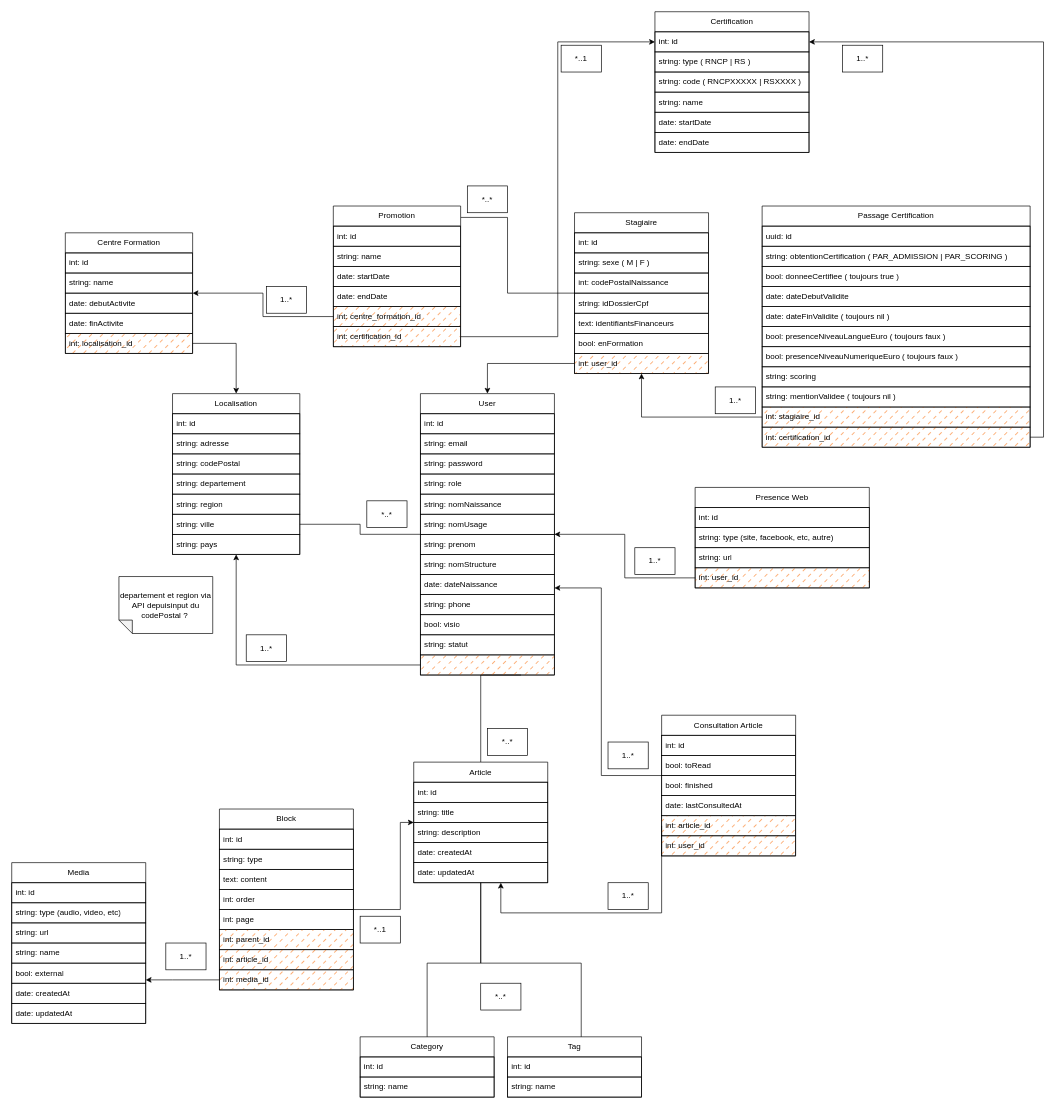
Before: MCD.drawio in ecole-richard-cross/espace-numerique, a draw.io diagram. Source tidied: cells renumbered, new cells numbered last; positions are measured from the earlier drawing's top-left corner, leaving out a move shared by most shapes. Both pictures are drawn from the tidied source at 67%, with x=0, y=0 at pixel (11, 11).
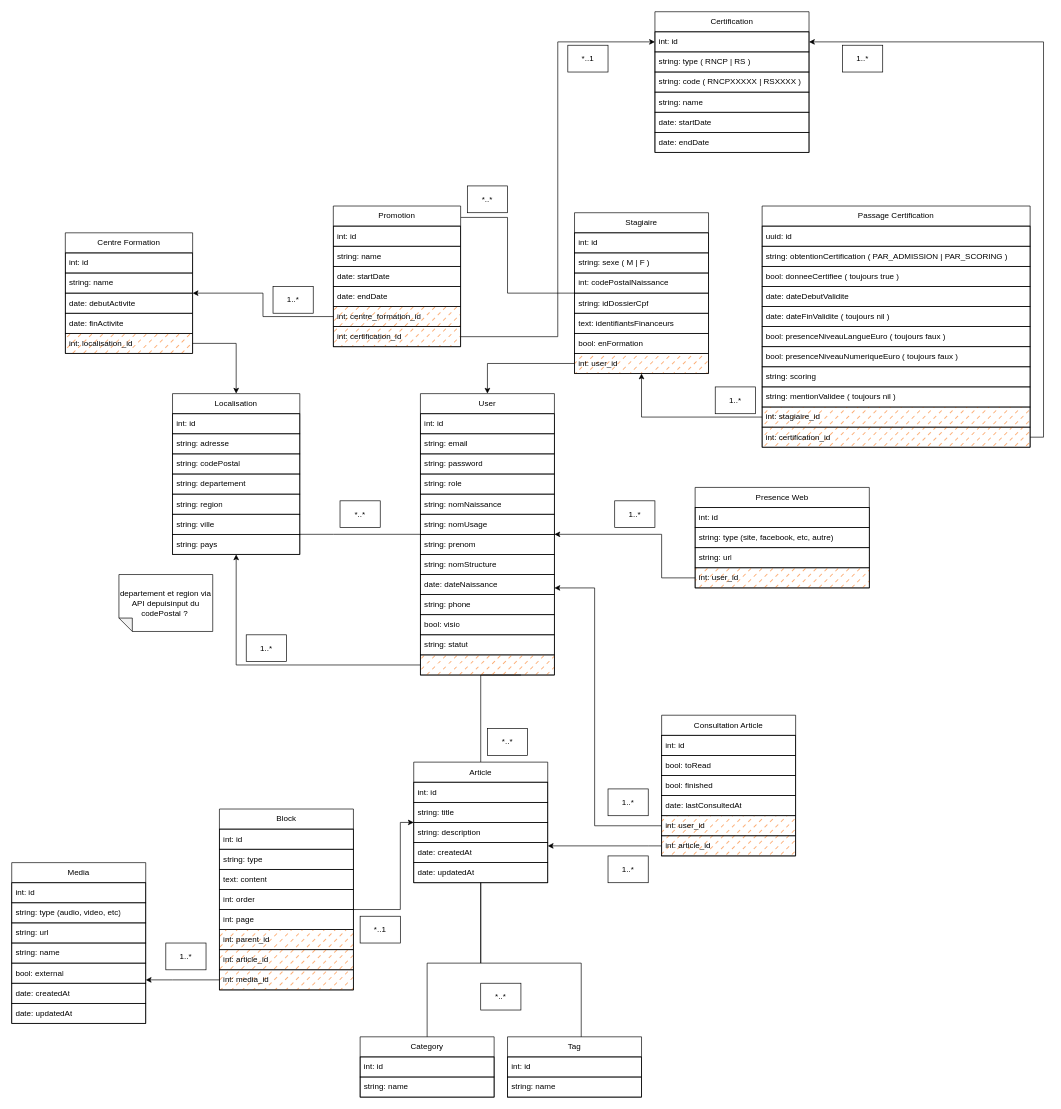
Above is the later version.

Commit message:
fix/dev: cleaner updated MCD

Unchanged cells that the change refers to:
```xml
<mxCell id="43" value="string: ville" style="text;align=left;verticalAlign=middle;spacingLeft=4;spacingRight=4;overflow=hidden;points=[[0,0.5],[1,0.5]];portConstraint=eastwest;whiteSpace=wrap;html=1;rounded=0;labelBackgroundColor=none;shadow=0;swimlaneLine=1;fillOpacity=100;snapToPoint=0;fixDash=0;backgroundOutline=0;enumerate=0;comic=0;strokeColor=default;" parent="37" vertex="1">
  <mxGeometry y="180" width="190" height="30" as="geometry" />
</mxCell>
<mxCell id="54" value="int: user_id" style="text;align=left;verticalAlign=middle;spacingLeft=4;spacingRight=4;overflow=hidden;points=[[0,0.5],[1,0.5]];portConstraint=eastwest;whiteSpace=wrap;html=1;rounded=0;labelBackgroundColor=none;shadow=0;swimlaneLine=1;fillOpacity=100;snapToPoint=0;fixDash=0;backgroundOutline=0;enumerate=0;comic=0;strokeColor=default;fillColor=#FA6800;fillStyle=dashed;" parent="50" vertex="1">
  <mxGeometry y="120" width="260" height="30" as="geometry" />
</mxCell>
<mxCell id="71" value="User" style="swimlane;fontStyle=0;horizontal=1;startSize=30;whiteSpace=wrap;html=1;rounded=0;labelBackgroundColor=none;shadow=0;swimlaneLine=1;fillOpacity=100;snapToPoint=0;fixDash=0;backgroundOutline=0;enumerate=0;comic=0;strokeColor=default;" parent="1" vertex="1">
  <mxGeometry x="610" y="570" width="200" height="420" as="geometry" />
</mxCell>
<mxCell id="89" value="Article" style="swimlane;fontStyle=0;horizontal=1;startSize=30;whiteSpace=wrap;html=1;rounded=0;labelBackgroundColor=none;shadow=0;swimlaneLine=1;fillOpacity=100;snapToPoint=0;fixDash=0;backgroundOutline=0;enumerate=0;comic=0;strokeColor=default;" parent="1" vertex="1">
  <mxGeometry x="600" y="1120" width="200" height="180" as="geometry" />
</mxCell>
<mxCell id="113" value="Consultation Article" style="swimlane;fontStyle=0;horizontal=1;startSize=30;whiteSpace=wrap;html=1;rounded=0;labelBackgroundColor=none;shadow=0;swimlaneLine=1;fillOpacity=100;snapToPoint=0;fixDash=0;backgroundOutline=0;enumerate=0;comic=0;strokeColor=default;" parent="1" vertex="1">
  <mxGeometry x="970" y="1050" width="200" height="210" as="geometry" />
</mxCell>
```

Change to the diagram source:
```diff
@@
     <mxCell id="36" style="edgeStyle=orthogonalEdgeStyle;rounded=0;html=1;endArrow=none;endFill=0;labelBackgroundColor=none;fontColor=default;shadow=0;swimlaneLine=1;fillOpacity=100;snapToPoint=0;fixDash=0;backgroundOutline=0;enumerate=0;comic=0;strokeColor=default;" parent="1" edge="1" source="43" target="71">
-      <mxGeometry relative="1" as="geometry" />
+      <mxGeometry relative="1" as="geometry">
+        <Array as="points">
+          <mxPoint x="480" y="780" />
+          <mxPoint x="480" y="780" />
+        </Array>
+      </mxGeometry>
     </mxCell>
@@
     <mxCell id="45" value="*..*" style="text;align=center;html=1;verticalAlign=middle;whiteSpace=wrap;rounded=0;labelBackgroundColor=none;shadow=0;swimlaneLine=1;fillOpacity=100;fixDash=0;backgroundOutline=0;enumerate=0;comic=0;strokeColor=default;" parent="1" vertex="1">
-      <mxGeometry x="530" y="730" width="60" height="40" as="geometry" />
+      <mxGeometry x="490" y="730" width="60" height="40" as="geometry" />
     </mxCell>
     <mxCell id="46" value="1..*" style="text;align=center;html=1;verticalAlign=middle;whiteSpace=wrap;rounded=0;labelBackgroundColor=none;shadow=0;swimlaneLine=1;fillOpacity=100;fixDash=0;backgroundOutline=0;enumerate=0;comic=0;strokeColor=default;" parent="1" vertex="1">
-      <mxGeometry x="380" y="410" width="60" height="40" as="geometry" />
+      <mxGeometry x="390" y="410" width="60" height="40" as="geometry" />
     </mxCell>
     <mxCell id="47" value="*..1" style="text;align=center;html=1;verticalAlign=middle;whiteSpace=wrap;rounded=0;labelBackgroundColor=none;shadow=0;swimlaneLine=1;fillOpacity=100;fixDash=0;backgroundOutline=0;enumerate=0;comic=0;strokeColor=default;" parent="1" vertex="1">
-      <mxGeometry x="820" y="50" width="60" height="40" as="geometry" />
+      <mxGeometry x="830" y="50" width="60" height="40" as="geometry" />
     </mxCell>
     <mxCell id="48" value="departement et region via API depuisinput du codePostal ?&amp;nbsp;" style="shape=note;whiteSpace=wrap;html=1;backgroundOutline=0;darkOpacity=0.05;fillStyle=solid;direction=west;gradientDirection=north;shadow=0;size=20;rounded=0;labelBackgroundColor=none;swimlaneLine=1;fillOpacity=100;fixDash=0;enumerate=0;comic=0;strokeColor=default;" parent="1" vertex="1">
-      <mxGeometry x="160" y="843" width="140" height="85" as="geometry" />
+      <mxGeometry x="160" y="840" width="140" height="85" as="geometry" />
     </mxCell>
     <mxCell id="49" style="edgeStyle=orthogonalEdgeStyle;rounded=0;html=1;startArrow=none;startFill=0;endArrow=classic;endFill=1;labelBackgroundColor=none;fontColor=default;shadow=0;swimlaneLine=1;fillOpacity=100;snapToPoint=0;fixDash=0;backgroundOutline=0;enumerate=0;comic=0;strokeColor=default;" parent="1" edge="1" source="54" target="71">
-      <mxGeometry relative="1" as="geometry" />
+      <mxGeometry relative="1" as="geometry">
+        <Array as="points">
+          <mxPoint x="970" y="845" />
+          <mxPoint x="970" y="780" />
+        </Array>
+      </mxGeometry>
     </mxCell>
@@
     <mxCell id="55" value="1..*" style="text;align=center;html=1;verticalAlign=middle;whiteSpace=wrap;rounded=0;labelBackgroundColor=none;shadow=0;swimlaneLine=1;fillOpacity=100;fixDash=0;backgroundOutline=0;enumerate=0;comic=0;strokeColor=default;" parent="1" vertex="1">
-      <mxGeometry x="930" y="800" width="60" height="40" as="geometry" />
+      <mxGeometry x="900" y="730" width="60" height="40" as="geometry" />
     </mxCell>
@@
     <mxCell id="96" value="1..*" style="text;align=center;html=1;verticalAlign=middle;whiteSpace=wrap;rounded=0;labelBackgroundColor=none;shadow=0;swimlaneLine=1;fillOpacity=100;fixDash=0;backgroundOutline=0;enumerate=0;comic=0;strokeColor=default;" parent="1" vertex="1">
-      <mxGeometry x="890" y="1300" width="60" height="40" as="geometry" />
+      <mxGeometry x="890" y="1260" width="60" height="40" as="geometry" />
     </mxCell>
@@
-    <mxCell id="112" style="edgeStyle=orthogonalEdgeStyle;html=1;rounded=0;" parent="1" edge="1" source="113" target="71">
+    <mxCell id="112" style="edgeStyle=orthogonalEdgeStyle;html=1;rounded=0;exitX=0;exitY=0.5;exitDx=0;exitDy=0;" parent="1" edge="1" source="119" target="71">
       <mxGeometry relative="1" as="geometry">
         <Array as="points">
-          <mxPoint x="880" y="1140" />
-          <mxPoint x="880" y="860" />
+          <mxPoint x="870" y="1215" />
+          <mxPoint x="870" y="860" />
         </Array>
       </mxGeometry>
     </mxCell>
@@
+    <mxCell id="119" value="int: user_id" style="text;align=left;verticalAlign=middle;spacingLeft=4;spacingRight=4;overflow=hidden;points=[[0,0.5],[1,0.5]];portConstraint=eastwest;whiteSpace=wrap;html=1;rounded=0;labelBackgroundColor=none;shadow=0;swimlaneLine=1;fillOpacity=100;snapToPoint=0;fixDash=0;backgroundOutline=0;enumerate=0;comic=0;strokeColor=default;fillColor=#FA6800;fillStyle=dashed;" parent="113" vertex="1">
+      <mxGeometry y="150" width="200" height="30" as="geometry" />
+    </mxCell>
     <mxCell id="118" value="int: article_id" style="text;align=left;verticalAlign=middle;spacingLeft=4;spacingRight=4;overflow=hidden;points=[[0,0.5],[1,0.5]];portConstraint=eastwest;whiteSpace=wrap;html=1;rounded=0;labelBackgroundColor=none;shadow=0;swimlaneLine=1;fillOpacity=100;snapToPoint=0;fixDash=0;backgroundOutline=0;enumerate=0;comic=0;strokeColor=default;fillColor=#FA6800;fillStyle=dashed;" parent="113" vertex="1">
-      <mxGeometry y="150" width="200" height="30" as="geometry" />
+      <mxGeometry y="180" width="200" height="30" as="geometry" />
     </mxCell>
-    <mxCell id="119" value="int: user_id" style="text;align=left;verticalAlign=middle;spacingLeft=4;spacingRight=4;overflow=hidden;points=[[0,0.5],[1,0.5]];portConstraint=eastwest;whiteSpace=wrap;html=1;rounded=0;labelBackgroundColor=none;shadow=0;swimlaneLine=1;fillOpacity=100;snapToPoint=0;fixDash=0;backgroundOutline=0;enumerate=0;comic=0;strokeColor=default;fillColor=#FA6800;fillStyle=dashed;" parent="113" vertex="1">
-      <mxGeometry y="180" width="200" height="30" as="geometry" />
-    </mxCell>
     <mxCell id="120" style="edgeStyle=orthogonalEdgeStyle;rounded=0;html=1;exitX=0;exitY=0.5;exitDx=0;exitDy=0;startArrow=none;startFill=0;endArrow=classic;endFill=1;" parent="1" edge="1" source="118" target="89">
       <mxGeometry relative="1" as="geometry">
         <Array as="points">
-          <mxPoint x="730" y="1345" />
+          <mxPoint x="950" y="1245" />
+          <mxPoint x="950" y="1245" />
         </Array>
       </mxGeometry>
     </mxCell>
@@
     <mxCell id="133" value="1..*" style="text;align=center;html=1;verticalAlign=middle;whiteSpace=wrap;rounded=0;labelBackgroundColor=none;shadow=0;swimlaneLine=1;fillOpacity=100;fixDash=0;backgroundOutline=0;enumerate=0;comic=0;strokeColor=default;" parent="1" vertex="1">
-      <mxGeometry x="890" y="1090" width="60" height="40" as="geometry" />
+      <mxGeometry x="890" y="1160" width="60" height="40" as="geometry" />
     </mxCell>
```
